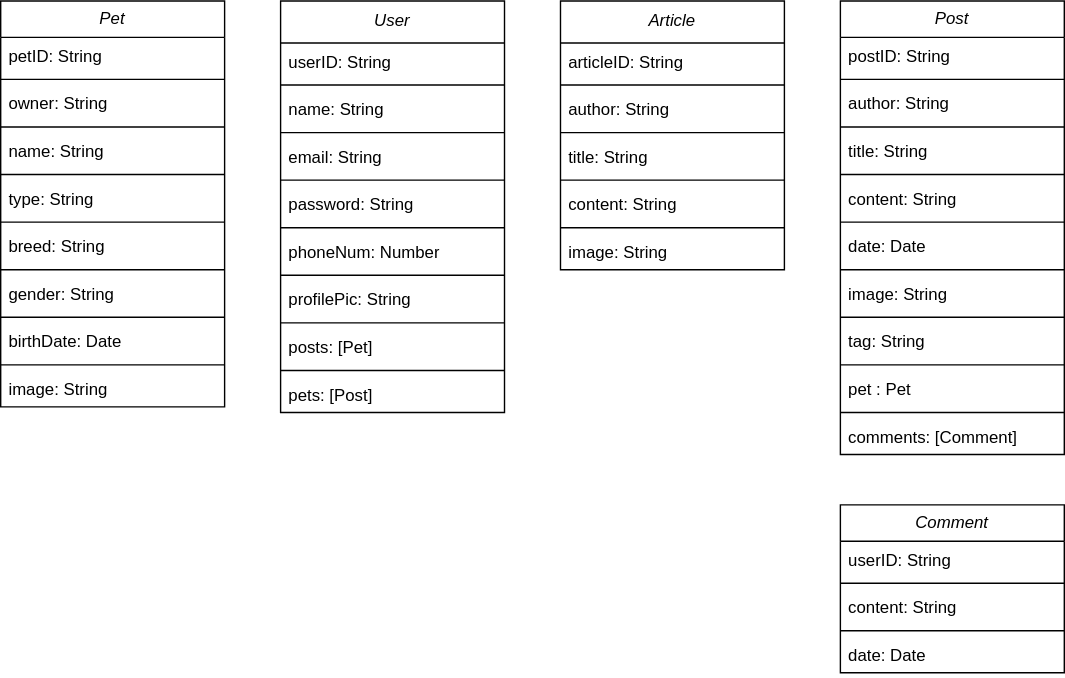
The draw.io diagram Class Diagram.svg in AhmadTripleA/SE-Diagrams, before a commit. Source tidied: cells renumbered, new cells last; positions are measured from the earlier drawing's top-left corner, leaving out a move shared by most shapes.
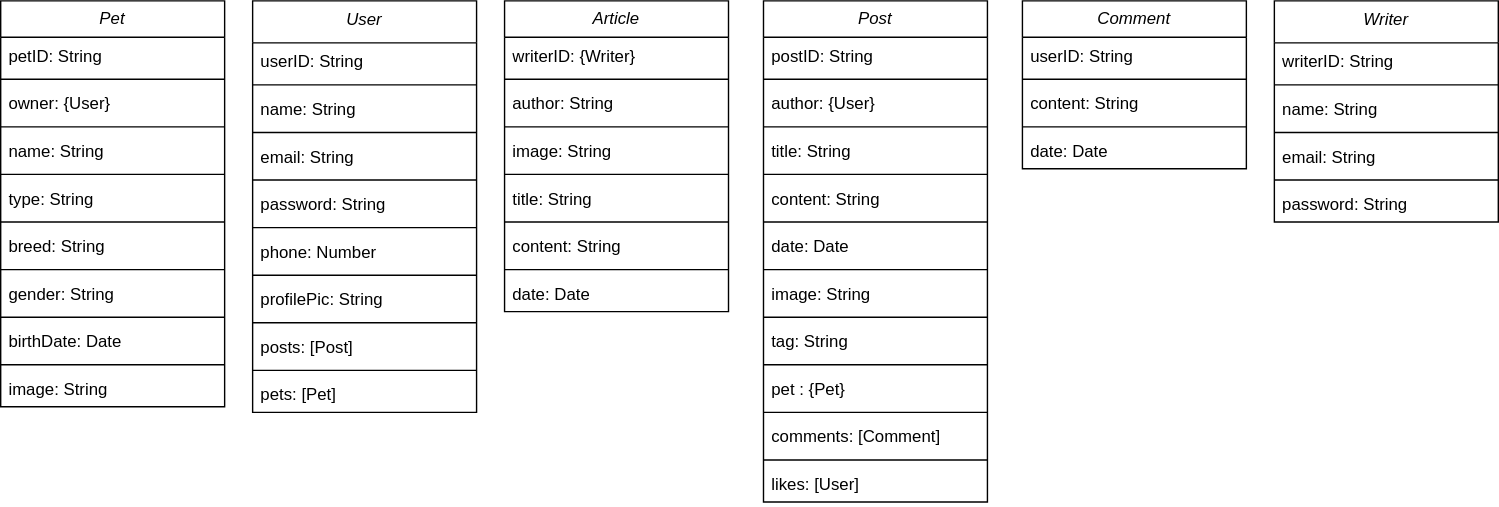
Above is the later version.

Diff of the diagram source:
```diff
@@ -2,8 +2,11 @@
   <root>
     <mxCell id="0" />
     <mxCell id="1" parent="0" />
+    <mxCell id="68" style="group;" parent="1" vertex="1">
+      <mxGeometry x="10" y="195" width="1070" height="358" as="geometry" />
+    </mxCell>
-    <mxCell id="2" value="&lt;i style=&quot;font-weight: normal;&quot;&gt;User&lt;/i&gt;" style="swimlane;fontStyle=1;align=center;verticalAlign=top;horizontal=1;startSize=30;whiteSpace=wrap;html=1;" parent="1" vertex="1">
-      <mxGeometry x="200" width="160" height="294" as="geometry" />
+    <mxCell id="2" value="&lt;i style=&quot;font-weight: normal;&quot;&gt;User&lt;/i&gt;" style="swimlane;fontStyle=1;align=center;verticalAlign=top;horizontal=1;startSize=30;whiteSpace=wrap;html=1;" parent="68" vertex="1">
+      <mxGeometry x="180" width="160" height="294" as="geometry" />
     </mxCell>
     <mxCell id="3" value="userID: String" style="text;strokeColor=none;fillColor=none;align=left;verticalAlign=top;spacingLeft=4;spacingRight=4;overflow=hidden;whiteSpace=wrap;html=1;" parent="2" vertex="1">
       <mxGeometry y="30" width="160" height="26" as="geometry" />
@@ -29,7 +32,7 @@
     <mxCell id="10" style="line;strokeWidth=1;fillColor=none;align=left;verticalAlign=middle;spacingTop=-1;spacingLeft=3;spacingRight=3;labelPosition=right;strokeColor=inherit;" parent="2" vertex="1">
       <mxGeometry y="158" width="160" height="8" as="geometry" />
     </mxCell>
-    <mxCell id="11" value="phoneNum: Number" style="text;strokeColor=none;fillColor=none;align=left;verticalAlign=top;spacingLeft=4;spacingRight=4;overflow=hidden;whiteSpace=wrap;html=1;" parent="2" vertex="1">
+    <mxCell id="11" value="phone: Number" style="text;strokeColor=none;fillColor=none;align=left;verticalAlign=top;spacingLeft=4;spacingRight=4;overflow=hidden;whiteSpace=wrap;html=1;" parent="2" vertex="1">
       <mxGeometry y="166" width="160" height="26" as="geometry" />
     </mxCell>
     <mxCell id="12" style="line;strokeWidth=1;fillColor=none;align=left;verticalAlign=middle;spacingTop=-1;spacingLeft=3;spacingRight=3;labelPosition=right;strokeColor=inherit;" parent="2" vertex="1">
@@ -41,17 +44,17 @@
     <mxCell id="14" style="line;strokeWidth=1;fillColor=none;align=left;verticalAlign=middle;spacingTop=-1;spacingLeft=3;spacingRight=3;labelPosition=right;strokeColor=inherit;" parent="2" vertex="1">
       <mxGeometry y="226" width="160" height="8" as="geometry" />
     </mxCell>
-    <mxCell id="15" value="posts: [Pet]" style="text;strokeColor=none;fillColor=none;align=left;verticalAlign=top;spacingLeft=4;spacingRight=4;overflow=hidden;whiteSpace=wrap;html=1;" parent="2" vertex="1">
+    <mxCell id="15" value="posts: [Post]" style="text;strokeColor=none;fillColor=none;align=left;verticalAlign=top;spacingLeft=4;spacingRight=4;overflow=hidden;whiteSpace=wrap;html=1;" parent="2" vertex="1">
       <mxGeometry y="234" width="160" height="26" as="geometry" />
     </mxCell>
     <mxCell id="16" style="line;strokeWidth=1;fillColor=none;align=left;verticalAlign=middle;spacingTop=-1;spacingLeft=3;spacingRight=3;labelPosition=right;strokeColor=inherit;" parent="2" vertex="1">
       <mxGeometry y="260" width="160" height="8" as="geometry" />
     </mxCell>
-    <mxCell id="17" value="pets: [Post]" style="text;strokeColor=none;fillColor=none;align=left;verticalAlign=top;spacingLeft=4;spacingRight=4;overflow=hidden;whiteSpace=wrap;html=1;" parent="2" vertex="1">
+    <mxCell id="17" value="pets: [Pet]" style="text;strokeColor=none;fillColor=none;align=left;verticalAlign=top;spacingLeft=4;spacingRight=4;overflow=hidden;whiteSpace=wrap;html=1;" parent="2" vertex="1">
       <mxGeometry y="268" width="160" height="26" as="geometry" />
     </mxCell>
-    <mxCell id="18" value="&lt;i&gt;Post&lt;br&gt;&lt;/i&gt;" style="swimlane;fontStyle=0;horizontal=1;startSize=26;fillColor=none;whiteSpace=wrap;html=1;" parent="1" vertex="1">
-      <mxGeometry x="600" width="160" height="324" as="geometry" />
+    <mxCell id="18" value="&lt;i&gt;Post&lt;br&gt;&lt;/i&gt;" style="swimlane;fontStyle=0;horizontal=1;startSize=26;fillColor=none;whiteSpace=wrap;html=1;" parent="68" vertex="1">
+      <mxGeometry x="545" width="160" height="358" as="geometry" />
     </mxCell>
     <mxCell id="19" value="postID: String" style="text;align=left;verticalAlign=top;spacingLeft=4;spacingRight=4;overflow=hidden;whiteSpace=wrap;html=1;rounded=0;" parent="18" vertex="1">
       <mxGeometry y="26" width="160" height="26" as="geometry" />
@@ -59,7 +62,7 @@
     <mxCell id="20" style="line;strokeWidth=1;fillColor=none;align=left;verticalAlign=middle;spacingTop=-1;spacingLeft=3;spacingRight=3;labelPosition=right;strokeColor=inherit;" parent="18" vertex="1">
       <mxGeometry y="52" width="160" height="8" as="geometry" />
     </mxCell>
-    <mxCell id="21" value="author: String" style="text;strokeColor=none;fillColor=none;align=left;verticalAlign=top;spacingLeft=4;spacingRight=4;overflow=hidden;whiteSpace=wrap;html=1;" parent="18" vertex="1">
+    <mxCell id="21" value="author: {User}" style="text;strokeColor=none;fillColor=none;align=left;verticalAlign=top;spacingLeft=4;spacingRight=4;overflow=hidden;whiteSpace=wrap;html=1;" parent="18" vertex="1">
       <mxGeometry y="60" width="160" height="26" as="geometry" />
     </mxCell>
     <mxCell id="22" style="line;strokeWidth=1;fillColor=none;align=left;verticalAlign=middle;spacingTop=-1;spacingLeft=3;spacingRight=3;labelPosition=right;strokeColor=inherit;" parent="18" vertex="1">
@@ -95,7 +98,7 @@
     <mxCell id="32" style="line;strokeWidth=1;fillColor=none;align=left;verticalAlign=middle;spacingTop=-1;spacingLeft=3;spacingRight=3;labelPosition=right;strokeColor=inherit;" parent="18" vertex="1">
       <mxGeometry y="256" width="160" height="8" as="geometry" />
     </mxCell>
-    <mxCell id="33" value="pet : Pet" style="text;strokeColor=none;fillColor=none;align=left;verticalAlign=top;spacingLeft=4;spacingRight=4;overflow=hidden;whiteSpace=wrap;html=1;" parent="18" vertex="1">
+    <mxCell id="33" value="pet : {Pet}" style="text;strokeColor=none;fillColor=none;align=left;verticalAlign=top;spacingLeft=4;spacingRight=4;overflow=hidden;whiteSpace=wrap;html=1;" parent="18" vertex="1">
       <mxGeometry y="264" width="160" height="26" as="geometry" />
     </mxCell>
     <mxCell id="34" style="line;strokeWidth=1;fillColor=none;align=left;verticalAlign=middle;spacingTop=-1;spacingLeft=3;spacingRight=3;labelPosition=right;strokeColor=inherit;" parent="18" vertex="1">
@@ -104,7 +107,13 @@
     <mxCell id="35" value="comments: [Comment]" style="text;strokeColor=none;fillColor=none;align=left;verticalAlign=top;spacingLeft=4;spacingRight=4;overflow=hidden;whiteSpace=wrap;html=1;" parent="18" vertex="1">
       <mxGeometry y="298" width="160" height="26" as="geometry" />
     </mxCell>
+    <mxCell id="69" style="line;strokeWidth=1;fillColor=none;align=left;verticalAlign=middle;spacingTop=-1;spacingLeft=3;spacingRight=3;labelPosition=right;strokeColor=inherit;" parent="18" vertex="1">
+      <mxGeometry y="324" width="160" height="8" as="geometry" />
+    </mxCell>
+    <mxCell id="70" value="likes: [User]" style="text;strokeColor=none;fillColor=none;align=left;verticalAlign=top;spacingLeft=4;spacingRight=4;overflow=hidden;whiteSpace=wrap;html=1;" parent="18" vertex="1">
+      <mxGeometry y="332" width="160" height="26" as="geometry" />
+    </mxCell>
-    <mxCell id="36" value="&lt;i&gt;Pet&lt;/i&gt;" style="swimlane;fontStyle=0;horizontal=1;startSize=26;fillColor=none;whiteSpace=wrap;html=1;" parent="1" vertex="1">
+    <mxCell id="36" value="&lt;i&gt;Pet&lt;/i&gt;" style="swimlane;fontStyle=0;horizontal=1;startSize=26;fillColor=none;whiteSpace=wrap;html=1;" parent="68" vertex="1">
       <mxGeometry width="160" height="290" as="geometry" />
     </mxCell>
     <mxCell id="37" value="petID: String" style="text;strokeColor=none;fillColor=none;align=left;verticalAlign=top;spacingLeft=4;spacingRight=4;overflow=hidden;whiteSpace=wrap;html=1;" parent="36" vertex="1">
@@ -113,7 +122,7 @@
     <mxCell id="38" style="line;strokeWidth=1;fillColor=none;align=left;verticalAlign=middle;spacingTop=-1;spacingLeft=3;spacingRight=3;labelPosition=right;strokeColor=inherit;" parent="36" vertex="1">
       <mxGeometry y="52" width="160" height="8" as="geometry" />
     </mxCell>
-    <mxCell id="39" value="owner: String" style="text;strokeColor=none;fillColor=none;align=left;verticalAlign=top;spacingLeft=4;spacingRight=4;overflow=hidden;whiteSpace=wrap;html=1;" parent="36" vertex="1">
+    <mxCell id="39" value="owner: {User}" style="text;strokeColor=none;fillColor=none;align=left;verticalAlign=top;spacingLeft=4;spacingRight=4;overflow=hidden;whiteSpace=wrap;html=1;" parent="36" vertex="1">
       <mxGeometry y="60" width="160" height="26" as="geometry" />
     </mxCell>
     <mxCell id="40" style="line;strokeWidth=1;fillColor=none;align=left;verticalAlign=middle;spacingTop=-1;spacingLeft=3;spacingRight=3;labelPosition=right;strokeColor=inherit;" parent="36" vertex="1">
@@ -152,38 +161,32 @@
     <mxCell id="51" value="image: String" style="text;strokeColor=none;fillColor=none;align=left;verticalAlign=top;spacingLeft=4;spacingRight=4;overflow=hidden;whiteSpace=wrap;html=1;" parent="36" vertex="1">
       <mxGeometry y="264" width="160" height="26" as="geometry" />
     </mxCell>
-    <mxCell id="52" value="&lt;i style=&quot;font-weight: normal;&quot;&gt;Article&lt;br&gt;&lt;/i&gt;" style="swimlane;fontStyle=1;align=center;verticalAlign=top;horizontal=1;startSize=30;whiteSpace=wrap;html=1;" parent="1" vertex="1">
-      <mxGeometry x="400" width="160" height="192" as="geometry" />
+    <mxCell id="52" value="&lt;i style=&quot;font-weight: normal;&quot;&gt;Writer&lt;br&gt;&lt;/i&gt;" style="swimlane;fontStyle=1;align=center;verticalAlign=top;horizontal=1;startSize=30;whiteSpace=wrap;html=1;" parent="68" vertex="1">
+      <mxGeometry x="910" width="160" height="158" as="geometry" />
     </mxCell>
-    <mxCell id="53" value="articleID: String" style="text;strokeColor=none;fillColor=none;align=left;verticalAlign=top;spacingLeft=4;spacingRight=4;overflow=hidden;whiteSpace=wrap;html=1;" parent="52" vertex="1">
+    <mxCell id="53" value="writerID: String" style="text;strokeColor=none;fillColor=none;align=left;verticalAlign=top;spacingLeft=4;spacingRight=4;overflow=hidden;whiteSpace=wrap;html=1;" parent="52" vertex="1">
       <mxGeometry y="30" width="160" height="26" as="geometry" />
     </mxCell>
     <mxCell id="54" style="line;strokeWidth=1;fillColor=none;align=left;verticalAlign=middle;spacingTop=-1;spacingLeft=3;spacingRight=3;labelPosition=right;strokeColor=inherit;" parent="52" vertex="1">
       <mxGeometry y="56" width="160" height="8" as="geometry" />
     </mxCell>
-    <mxCell id="55" value="author: String" style="text;strokeColor=none;fillColor=none;align=left;verticalAlign=top;spacingLeft=4;spacingRight=4;overflow=hidden;whiteSpace=wrap;html=1;" parent="52" vertex="1">
-      <mxGeometry y="64" width="160" height="26" as="geometry" />
-    </mxCell>
-    <mxCell id="56" style="line;strokeWidth=1;fillColor=none;align=left;verticalAlign=middle;spacingTop=-1;spacingLeft=3;spacingRight=3;labelPosition=right;strokeColor=inherit;" parent="52" vertex="1">
-      <mxGeometry y="90" width="160" height="8" as="geometry" />
-    </mxCell>
-    <mxCell id="57" value="title: String" style="text;strokeColor=none;fillColor=none;align=left;verticalAlign=top;spacingLeft=4;spacingRight=4;overflow=hidden;whiteSpace=wrap;html=1;" parent="52" vertex="1">
-      <mxGeometry y="98" width="160" height="26" as="geometry" />
+    <mxCell id="57" value="name: String" style="text;strokeColor=none;fillColor=none;align=left;verticalAlign=top;spacingLeft=4;spacingRight=4;overflow=hidden;whiteSpace=wrap;html=1;" parent="52" vertex="1">
+      <mxGeometry y="64" width="160" height="26" as="geometry" />
     </mxCell>
     <mxCell id="58" style="line;strokeWidth=1;fillColor=none;align=left;verticalAlign=middle;spacingTop=-1;spacingLeft=3;spacingRight=3;labelPosition=right;strokeColor=inherit;" parent="52" vertex="1">
-      <mxGeometry y="124" width="160" height="8" as="geometry" />
+      <mxGeometry y="90" width="160" height="8" as="geometry" />
     </mxCell>
-    <mxCell id="59" value="content: String" style="text;strokeColor=none;fillColor=none;align=left;verticalAlign=top;spacingLeft=4;spacingRight=4;overflow=hidden;whiteSpace=wrap;html=1;" parent="52" vertex="1">
-      <mxGeometry y="132" width="160" height="26" as="geometry" />
+    <mxCell id="59" value="email: String" style="text;strokeColor=none;fillColor=none;align=left;verticalAlign=top;spacingLeft=4;spacingRight=4;overflow=hidden;whiteSpace=wrap;html=1;" parent="52" vertex="1">
+      <mxGeometry y="98" width="160" height="26" as="geometry" />
     </mxCell>
     <mxCell id="60" style="line;strokeWidth=1;fillColor=none;align=left;verticalAlign=middle;spacingTop=-1;spacingLeft=3;spacingRight=3;labelPosition=right;strokeColor=inherit;" parent="52" vertex="1">
-      <mxGeometry y="158" width="160" height="8" as="geometry" />
+      <mxGeometry y="124" width="160" height="8" as="geometry" />
     </mxCell>
-    <mxCell id="61" value="image: String" style="text;strokeColor=none;fillColor=none;align=left;verticalAlign=top;spacingLeft=4;spacingRight=4;overflow=hidden;whiteSpace=wrap;html=1;" parent="52" vertex="1">
-      <mxGeometry y="166" width="160" height="26" as="geometry" />
+    <mxCell id="61" value="password: String" style="text;strokeColor=none;fillColor=none;align=left;verticalAlign=top;spacingLeft=4;spacingRight=4;overflow=hidden;whiteSpace=wrap;html=1;" parent="52" vertex="1">
+      <mxGeometry y="132" width="160" height="26" as="geometry" />
     </mxCell>
-    <mxCell id="62" value="&lt;i&gt;Comment&lt;br&gt;&lt;/i&gt;" style="swimlane;fontStyle=0;horizontal=1;startSize=26;fillColor=none;whiteSpace=wrap;html=1;" parent="1" vertex="1">
-      <mxGeometry x="600" y="360" width="160" height="120" as="geometry" />
+    <mxCell id="62" value="&lt;i&gt;Comment&lt;br&gt;&lt;/i&gt;" style="swimlane;fontStyle=0;horizontal=1;startSize=26;fillColor=none;whiteSpace=wrap;html=1;" parent="68" vertex="1">
+      <mxGeometry x="730" width="160" height="120" as="geometry" />
     </mxCell>
     <mxCell id="63" value="userID: String" style="text;strokeColor=none;fillColor=none;align=left;verticalAlign=top;spacingLeft=4;spacingRight=4;overflow=hidden;whiteSpace=wrap;html=1;" parent="62" vertex="1">
       <mxGeometry y="26" width="160" height="26" as="geometry" />
@@ -200,5 +203,41 @@
     <mxCell id="67" value="date: Date" style="text;strokeColor=none;fillColor=none;align=left;verticalAlign=top;spacingLeft=4;spacingRight=4;overflow=hidden;whiteSpace=wrap;html=1;" parent="62" vertex="1">
       <mxGeometry y="94" width="160" height="26" as="geometry" />
     </mxCell>
+    <mxCell id="71" value="&lt;i&gt;Article&lt;br&gt;&lt;/i&gt;" style="swimlane;fontStyle=0;horizontal=1;startSize=26;fillColor=none;whiteSpace=wrap;html=1;" parent="68" vertex="1">
+      <mxGeometry x="360" width="160" height="222" as="geometry" />
+    </mxCell>
+    <mxCell id="72" value="writerID: {Writer}" style="text;strokeColor=none;fillColor=none;align=left;verticalAlign=top;spacingLeft=4;spacingRight=4;overflow=hidden;whiteSpace=wrap;html=1;" parent="71" vertex="1">
+      <mxGeometry y="26" width="160" height="26" as="geometry" />
+    </mxCell>
+    <mxCell id="73" style="line;strokeWidth=1;fillColor=none;align=left;verticalAlign=middle;spacingTop=-1;spacingLeft=3;spacingRight=3;labelPosition=right;strokeColor=inherit;" parent="71" vertex="1">
+      <mxGeometry y="52" width="160" height="8" as="geometry" />
+    </mxCell>
+    <mxCell id="55" value="author: String" style="text;strokeColor=none;fillColor=none;align=left;verticalAlign=top;spacingLeft=4;spacingRight=4;overflow=hidden;whiteSpace=wrap;html=1;" parent="71" vertex="1">
+      <mxGeometry y="60" width="160" height="26" as="geometry" />
+    </mxCell>
+    <mxCell id="74" style="line;strokeWidth=1;fillColor=none;align=left;verticalAlign=middle;spacingTop=-1;spacingLeft=3;spacingRight=3;labelPosition=right;strokeColor=inherit;" parent="71" vertex="1">
+      <mxGeometry y="86" width="160" height="8" as="geometry" />
+    </mxCell>
+    <mxCell id="75" value="image: String" style="text;strokeColor=none;fillColor=none;align=left;verticalAlign=top;spacingLeft=4;spacingRight=4;overflow=hidden;whiteSpace=wrap;html=1;" parent="71" vertex="1">
+      <mxGeometry y="94" width="160" height="26" as="geometry" />
+    </mxCell>
+    <mxCell id="76" style="line;strokeWidth=1;fillColor=none;align=left;verticalAlign=middle;spacingTop=-1;spacingLeft=3;spacingRight=3;labelPosition=right;strokeColor=inherit;" parent="71" vertex="1">
+      <mxGeometry y="120" width="160" height="8" as="geometry" />
+    </mxCell>
+    <mxCell id="77" value="title: String" style="text;strokeColor=none;fillColor=none;align=left;verticalAlign=top;spacingLeft=4;spacingRight=4;overflow=hidden;whiteSpace=wrap;html=1;" parent="71" vertex="1">
+      <mxGeometry y="128" width="160" height="26" as="geometry" />
+    </mxCell>
+    <mxCell id="78" style="line;strokeWidth=1;fillColor=none;align=left;verticalAlign=middle;spacingTop=-1;spacingLeft=3;spacingRight=3;labelPosition=right;strokeColor=inherit;" parent="71" vertex="1">
+      <mxGeometry y="154" width="160" height="8" as="geometry" />
+    </mxCell>
+    <mxCell id="79" value="content: String" style="text;strokeColor=none;fillColor=none;align=left;verticalAlign=top;spacingLeft=4;spacingRight=4;overflow=hidden;whiteSpace=wrap;html=1;" parent="71" vertex="1">
+      <mxGeometry y="162" width="160" height="26" as="geometry" />
+    </mxCell>
+    <mxCell id="80" style="line;strokeWidth=1;fillColor=none;align=left;verticalAlign=middle;spacingTop=-1;spacingLeft=3;spacingRight=3;labelPosition=right;strokeColor=inherit;" parent="71" vertex="1">
+      <mxGeometry y="188" width="160" height="8" as="geometry" />
+    </mxCell>
+    <mxCell id="81" value="date: Date" style="text;strokeColor=none;fillColor=none;align=left;verticalAlign=top;spacingLeft=4;spacingRight=4;overflow=hidden;whiteSpace=wrap;html=1;" parent="71" vertex="1">
+      <mxGeometry y="196" width="160" height="26" as="geometry" />
+    </mxCell>
   </root>
 </mxGraphModel>
```
